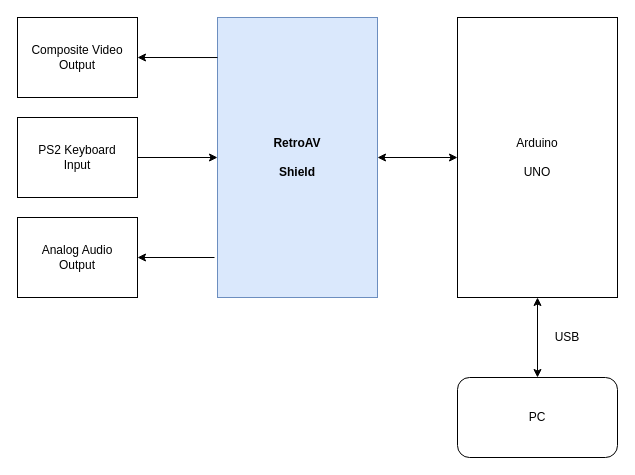
This is docs/RetroAV-System-Block-Diagram.drawio from dervish77/RetroAV, a draw.io file, before an edit. Source tidied: cells renumbered, new cells numbered last; positions are measured from the earlier drawing's top-left corner, leaving out a move shared by most shapes. Both pictures are drawn from the tidied source at 100%, with x=0, y=0 at pixel (17, 17).
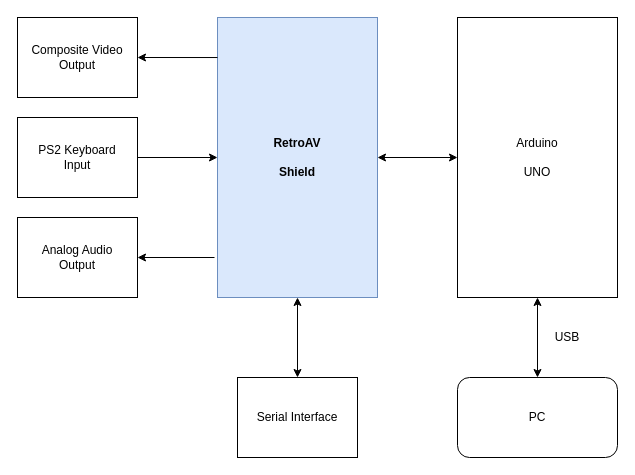
Above is the later version.

Commit message (it also covers changes not shown here):
updated block diagrams

What changed in the source:
```diff
@@
 <mxGraphModel>
   <root>
     <mxCell id="0" />
     <mxCell id="1" parent="0" />
     <mxCell id="2" value="Arduino &lt;br&gt;&lt;br&gt;UNO" style="rounded=0;whiteSpace=wrap;html=1;" parent="1" vertex="1">
       <mxGeometry x="440" width="160" height="280" as="geometry" />
     </mxCell>
     <mxCell id="3" value="&lt;b&gt;RetroAV &lt;br&gt;&lt;br&gt;Shield&lt;/b&gt;" style="rounded=0;whiteSpace=wrap;html=1;fillColor=#dae8fc;strokeColor=#6c8ebf;" parent="1" vertex="1">
       <mxGeometry x="200" width="160" height="280" as="geometry" />
     </mxCell>
     <mxCell id="4" value="Composite Video&lt;br&gt;Output" style="rounded=0;whiteSpace=wrap;html=1;" parent="1" vertex="1">
       <mxGeometry width="120" height="80" as="geometry" />
     </mxCell>
     <mxCell id="5" style="edgeStyle=orthogonalEdgeStyle;rounded=0;jettySize=auto;html=1;exitX=0.5;exitY=1;exitDx=0;exitDy=0;" parent="1" edge="1" source="6">
       <mxGeometry relative="1" as="geometry">
         <mxPoint x="60" y="170" as="targetPoint" />
       </mxGeometry>
     </mxCell>
     <mxCell id="6" value="PS2 Keyboard&lt;br&gt;Input" style="rounded=0;whiteSpace=wrap;html=1;" parent="1" vertex="1">
       <mxGeometry y="100" width="120" height="80" as="geometry" />
     </mxCell>
     <mxCell id="7" value="Analog Audio &lt;br&gt;Output" style="rounded=0;whiteSpace=wrap;html=1;" parent="1" vertex="1">
       <mxGeometry y="200" width="120" height="80" as="geometry" />
     </mxCell>
     <mxCell id="8" style="endArrow=classic;html=1;entryX=1;entryY=0.5;entryDx=0;entryDy=0;exitX=0;exitY=0.143;exitDx=0;exitDy=0;exitPerimeter=0;" parent="1" edge="1" source="3" target="4">
       <mxGeometry relative="1" as="geometry" />
     </mxCell>
     <mxCell id="9" style="endArrow=classic;html=1;entryX=1;entryY=0.5;entryDx=0;entryDy=0;" parent="1" edge="1" target="7">
       <mxGeometry relative="1" as="geometry">
         <mxPoint x="197" y="240" as="sourcePoint" />
       </mxGeometry>
     </mxCell>
     <mxCell id="10" style="endArrow=classic;html=1;exitX=1;exitY=0.5;exitDx=0;exitDy=0;entryX=0;entryY=0.5;entryDx=0;entryDy=0;" parent="1" edge="1" source="6" target="3">
       <mxGeometry relative="1" as="geometry" />
     </mxCell>
     <mxCell id="11" value="PC" style="rounded=1;whiteSpace=wrap;html=1;" parent="1" vertex="1">
       <mxGeometry x="440" y="360" width="160" height="80" as="geometry" />
     </mxCell>
     <mxCell id="12" style="endArrow=classic;startArrow=classic;html=1;exitX=0.5;exitY=0;exitDx=0;exitDy=0;entryX=0.5;entryY=1;entryDx=0;entryDy=0;" parent="1" edge="1" source="11" target="2">
       <mxGeometry relative="1" as="geometry" />
     </mxCell>
     <mxCell id="13" style="endArrow=classic;startArrow=classic;html=1;entryX=0;entryY=0.5;entryDx=0;entryDy=0;exitX=1;exitY=0.5;exitDx=0;exitDy=0;" parent="1" edge="1" source="3" target="2">
       <mxGeometry relative="1" as="geometry" />
     </mxCell>
     <mxCell id="14" value="USB" style="text;html=1;strokeColor=none;fillColor=none;align=center;verticalAlign=middle;whiteSpace=wrap;rounded=0;" parent="1" vertex="1">
       <mxGeometry x="530" y="310" width="40" height="20" as="geometry" />
     </mxCell>
+    <mxCell id="15" value="Serial Interface" style="rounded=0;whiteSpace=wrap;html=1;" parent="1" vertex="1">
+      <mxGeometry x="220" y="360" width="120" height="80" as="geometry" />
+    </mxCell>
+    <mxCell id="16" style="endArrow=classic;startArrow=classic;html=1;entryX=0.5;entryY=1;entryDx=0;entryDy=0;exitX=0.5;exitY=0;exitDx=0;exitDy=0;" parent="1" edge="1" source="15" target="3">
+      <mxGeometry relative="1" as="geometry" />
+    </mxCell>
   </root>
 </mxGraphModel>
```
